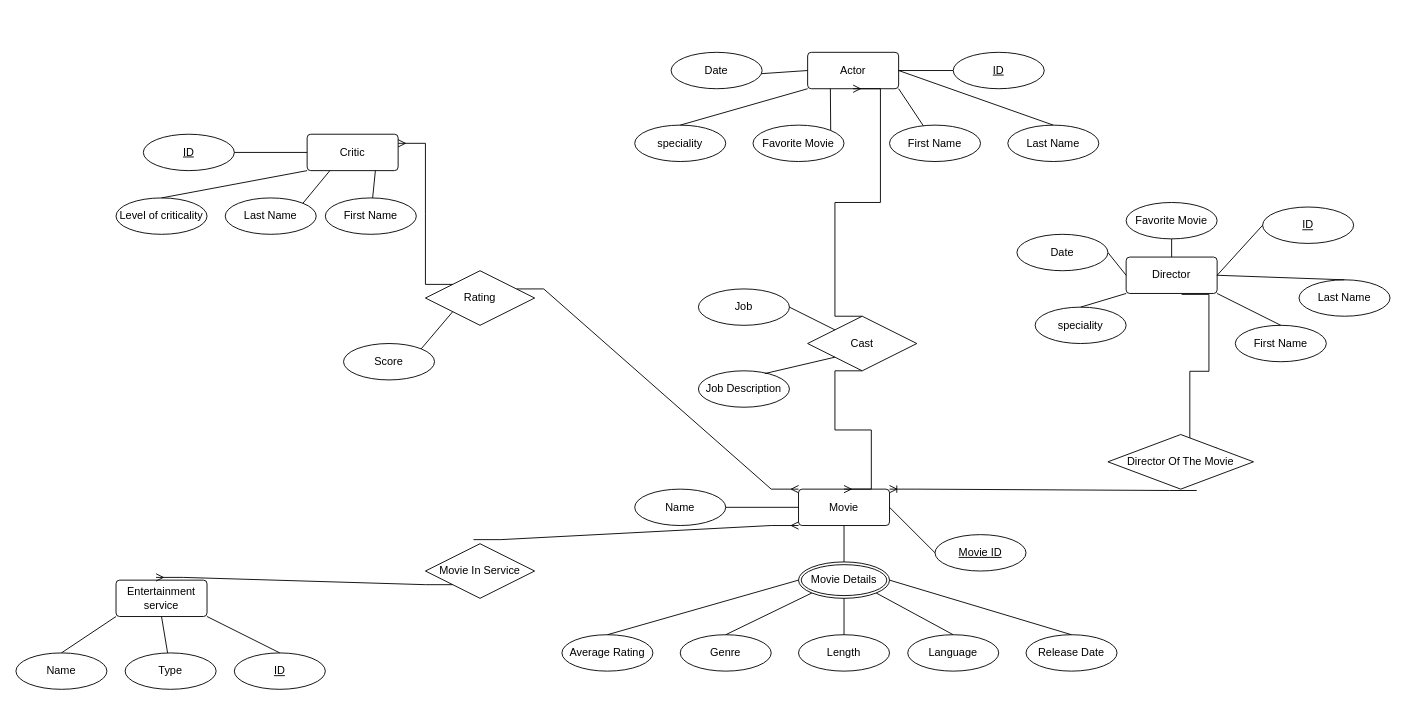
Above: movie_ERD.drawio in benflanter/update-of-chinese-checkers-with-AI (draw.io), before the change. Source tidied: cells renumbered, new cells numbered last; positions are measured from the earlier drawing's top-left corner, leaving out a move shared by most shapes. Both pictures are drawn from the tidied source at 91%, with x=0, y=0 at pixel (15, 52).
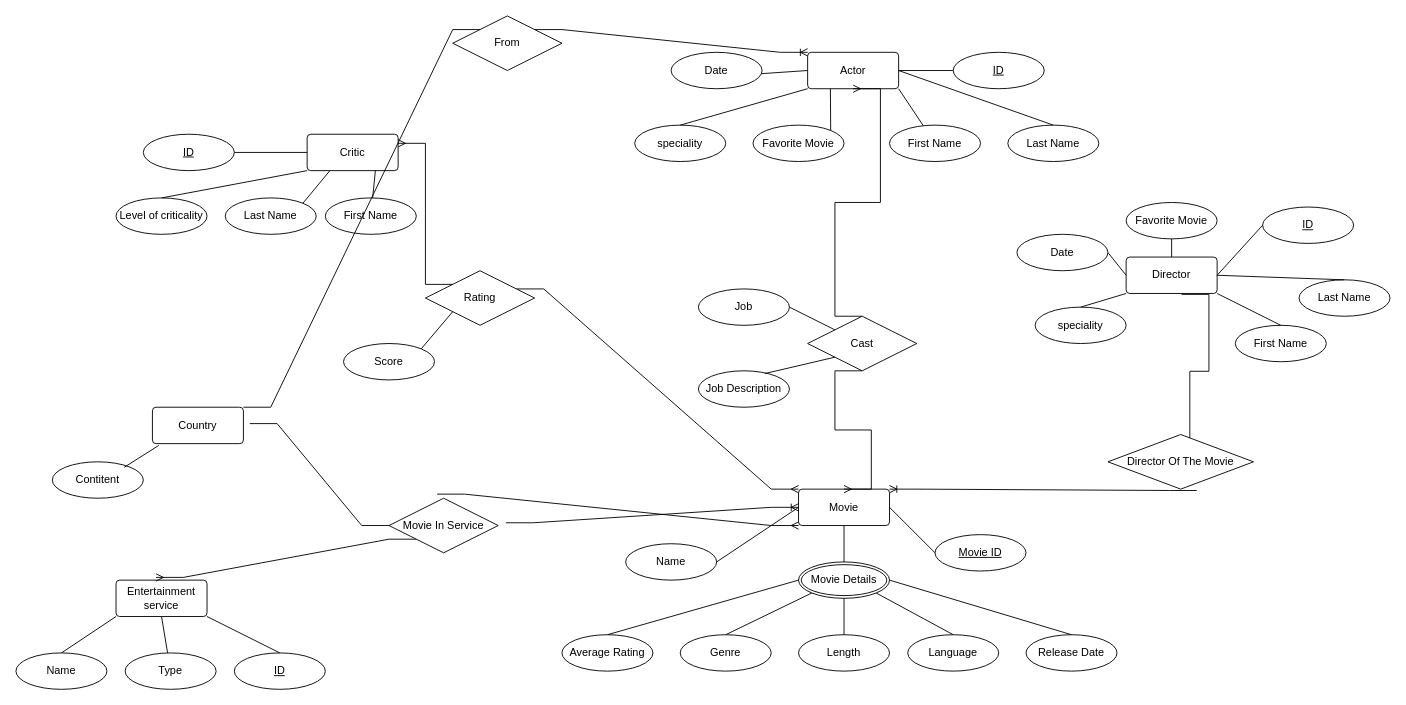
After the change.

The change refers to these unchanged cells:
```xml
<mxCell id="2" value="Actor" style="rounded=1;arcSize=10;whiteSpace=wrap;html=1;align=center;" parent="1" vertex="1">
  <mxGeometry x="870" width="100" height="40" as="geometry" />
</mxCell>
<mxCell id="28" value="Movie" style="rounded=1;arcSize=10;whiteSpace=wrap;html=1;align=center;" parent="1" vertex="1">
  <mxGeometry x="860" y="480" width="100" height="40" as="geometry" />
</mxCell>
```

The edit, as a diff of the source:
```diff
@@
     <mxCell id="29" value="Name" style="ellipse;whiteSpace=wrap;html=1;align=center;" parent="1" vertex="1">
-      <mxGeometry x="680" y="480" width="100" height="40" as="geometry" />
+      <mxGeometry x="670" y="540" width="100" height="40" as="geometry" />
     </mxCell>
@@
-    <mxCell id="77" value="Movie In Service" style="shape=rhombus;perimeter=rhombusPerimeter;whiteSpace=wrap;html=1;align=center;" parent="1" vertex="1">
-      <mxGeometry x="450" y="540" width="120" height="60" as="geometry" />
-    </mxCell>
@@
+    <mxCell id="80" value="Country" style="rounded=1;arcSize=10;whiteSpace=wrap;html=1;align=center;" parent="1" vertex="1">
+      <mxGeometry x="150" y="390" width="100" height="40" as="geometry" />
+    </mxCell>
+    <mxCell id="81" value="Contitent" style="ellipse;whiteSpace=wrap;html=1;align=center;" parent="1" vertex="1">
+      <mxGeometry x="40" y="450" width="100" height="40" as="geometry" />
+    </mxCell>
+    <mxCell id="82" style="endArrow=none;html=1;rounded=0;exitX=0.07;exitY=1.05;exitDx=0;exitDy=0;exitPerimeter=0;entryX=0.79;entryY=0.15;entryDx=0;entryDy=0;entryPerimeter=0;" parent="1" edge="1" source="80" target="81">
+      <mxGeometry relative="1" as="geometry" />
+    </mxCell>
+    <mxCell id="83" style="edgeStyle=entityRelationEdgeStyle;fontSize=12;html=1;endArrow=ERoneToMany;rounded=0;exitX=1.07;exitY=0.45;exitDx=0;exitDy=0;exitPerimeter=0;startArrow=none;" parent="1" edge="1" source="77" target="28">
+      <mxGeometry relative="1" as="geometry" />
+    </mxCell>
+    <mxCell id="84" style="edgeStyle=entityRelationEdgeStyle;fontSize=12;html=1;endArrow=none;rounded=0;exitX=1.07;exitY=0.45;exitDx=0;exitDy=0;exitPerimeter=0;" parent="1" edge="1" source="80" target="77">
+      <mxGeometry relative="1" as="geometry" />
+    </mxCell>
+    <mxCell id="77" value="Movie In Service" style="shape=rhombus;perimeter=rhombusPerimeter;whiteSpace=wrap;html=1;align=center;" parent="1" vertex="1">
+      <mxGeometry x="410" y="490" width="120" height="60" as="geometry" />
+    </mxCell>
+    <mxCell id="85" style="edgeStyle=entityRelationEdgeStyle;fontSize=12;html=1;endArrow=ERoneToMany;rounded=0;exitX=1;exitY=0;exitDx=0;exitDy=0;entryX=0;entryY=0;entryDx=0;entryDy=0;startArrow=none;" parent="1" edge="1" source="87" target="2">
+      <mxGeometry relative="1" as="geometry" />
+    </mxCell>
+    <mxCell id="86" style="edgeStyle=entityRelationEdgeStyle;fontSize=12;html=1;endArrow=none;rounded=0;exitX=1;exitY=0;exitDx=0;exitDy=0;entryX=0;entryY=0;entryDx=0;entryDy=0;" parent="1" edge="1" source="80" target="87">
+      <mxGeometry relative="1" as="geometry" />
+    </mxCell>
+    <mxCell id="87" value="From" style="shape=rhombus;perimeter=rhombusPerimeter;whiteSpace=wrap;html=1;align=center;" parent="1" vertex="1">
+      <mxGeometry x="480" y="-40" width="120" height="60" as="geometry" />
+    </mxCell>
```
